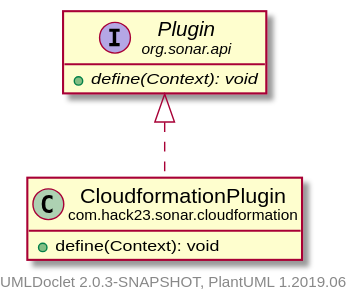
Hack23/sonar-cloudformation-plugin keeps this PlantUML diagram as testapidocs/com/hack23/sonar/cloudformation/CloudformationPlugin.svg. Above is the earlier version.
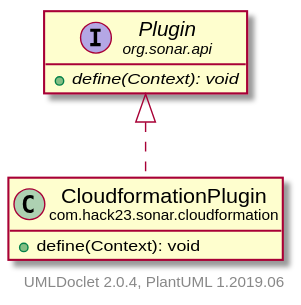
Later version of the same file.

The edit, as a diff of the source:
```diff
@@ -13,5 +13,5 @@
 
     org.sonar.api.Plugin <|.. com.hack23.sonar.cloudformation.CloudformationPlugin
 
-    center footer UMLDoclet 2.0.3-SNAPSHOT, PlantUML 1.2019.06
+    center footer UMLDoclet 2.0.4, PlantUML 1.2019.06
 @enduml
```
